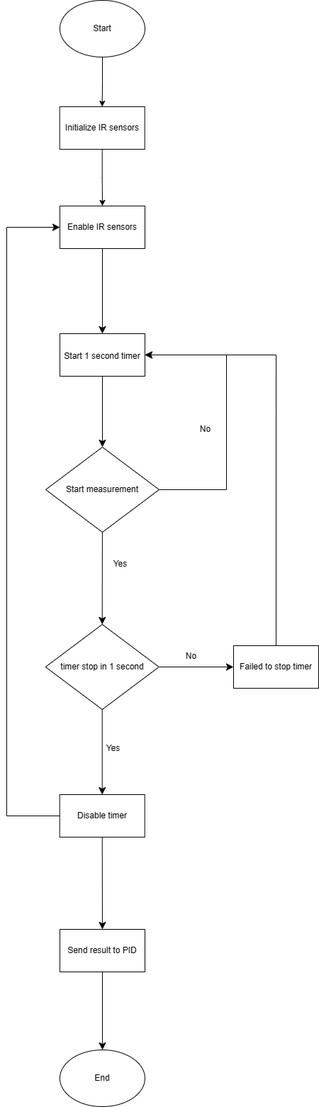
Earlier version of the draw.io export diagrams_and_proposal/flow_charts/ir_sensor.png (ryanchuaks1/INF2004_EmbeddedSystems). Source tidied: cells renumbered, new cells last; positions are measured from the earlier drawing's top-left corner, leaving out a move shared by most shapes.
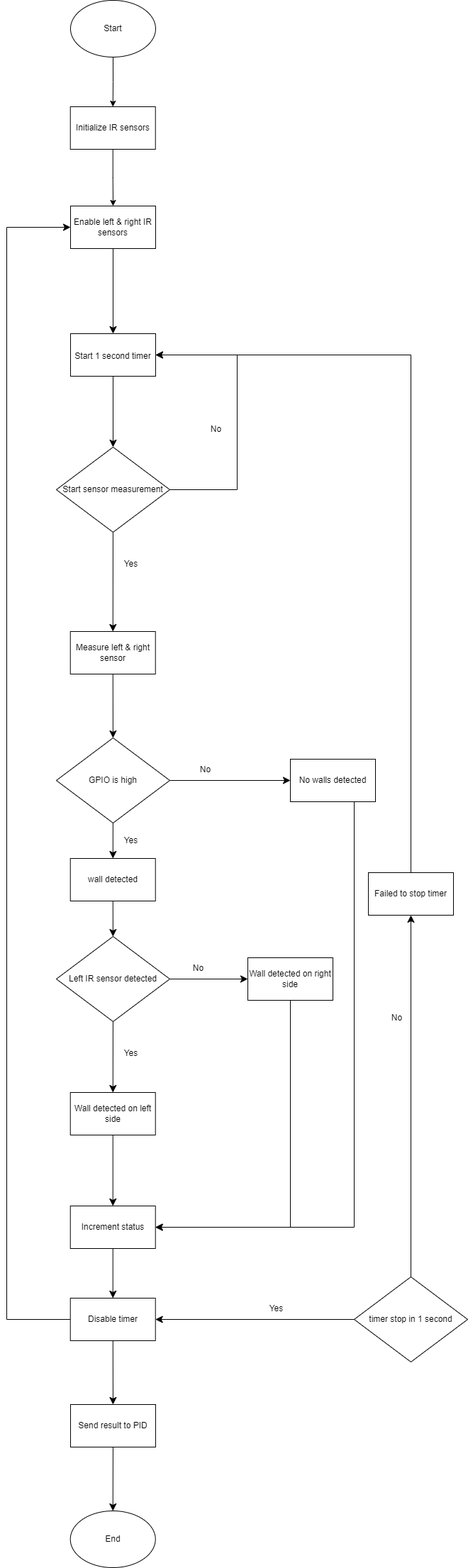
The same file after the commit.

Commit message:
pushed updated ir_sensor flowchart

Diff of the diagram source:
```diff
@@ -11,14 +11,11 @@
     <mxCell id="4" style="edgeStyle=none;curved=1;rounded=0;jettySize=auto;html=1;fontSize=12;startSize=8;endSize=8;" parent="1" edge="1" source="5" target="12">
       <mxGeometry relative="1" as="geometry" />
     </mxCell>
-    <mxCell id="5" value="Enable IR sensors" style="rounded=0;whiteSpace=wrap;html=1;" parent="1" vertex="1">
+    <mxCell id="5" value="Enable left &amp;amp; right IR sensors" style="rounded=0;whiteSpace=wrap;html=1;" parent="1" vertex="1">
       <mxGeometry x="75" y="290" width="120" height="60" as="geometry" />
     </mxCell>
-    <mxCell id="6" value="No" style="text;html=1;align=center;verticalAlign=middle;strokeColor=none;fillColor=none;" parent="1" vertex="1">
-      <mxGeometry x="240" y="910" width="40" height="30" as="geometry" />
-    </mxCell>
     <mxCell id="7" value="End" style="ellipse;whiteSpace=wrap;html=1;" parent="1" vertex="1">
-      <mxGeometry x="75" y="1480" width="120" height="80" as="geometry" />
+      <mxGeometry x="74.7" y="2130" width="120" height="80" as="geometry" />
     </mxCell>
     <mxCell id="8" style="edgeStyle=orthogonalEdgeStyle;rounded=0;jettySize=auto;html=1;" parent="1" edge="1" source="9" target="5">
       <mxGeometry relative="1" as="geometry" />
@@ -35,9 +32,6 @@
     <mxCell id="12" value="&lt;font style=&quot;font-size: 12px;&quot;&gt;Start 1 second timer&lt;/font&gt;" style="whiteSpace=wrap;html=1;rounded=0;fontSize=16;" parent="1" vertex="1">
       <mxGeometry x="75" y="470" width="120" height="60" as="geometry" />
     </mxCell>
-    <mxCell id="13" style="edgeStyle=none;curved=1;rounded=0;jettySize=auto;html=1;fontSize=12;startSize=8;endSize=8;entryX=0.5;entryY=0;entryDx=0;entryDy=0;" parent="1" edge="1" source="15" target="18">
-      <mxGeometry relative="1" as="geometry" />
-    </mxCell>
     <mxCell id="14" style="edgeStyle=orthogonalEdgeStyle;rounded=0;jettySize=auto;html=1;entryX=1;entryY=0.5;entryDx=0;entryDy=0;fontSize=12;startSize=8;endSize=8;exitX=1;exitY=0.5;exitDx=0;exitDy=0;" parent="1" edge="1" source="15" target="12">
       <mxGeometry relative="1" as="geometry">
         <Array as="points">
@@ -46,7 +40,10 @@
         </Array>
       </mxGeometry>
     </mxCell>
+    <mxCell id="28" style="edgeStyle=none;curved=1;rounded=0;jettySize=auto;html=1;fontSize=12;startSize=8;endSize=8;" parent="1" edge="1" source="15" target="30">
+      <mxGeometry relative="1" as="geometry" />
+    </mxCell>
-    <mxCell id="15" value="Start measurement" style="rhombus;whiteSpace=wrap;html=1;" parent="1" vertex="1">
+    <mxCell id="15" value="Start sensor measurement" style="rhombus;whiteSpace=wrap;html=1;" parent="1" vertex="1">
       <mxGeometry x="55" y="630" width="160" height="120" as="geometry" />
     </mxCell>
     <mxCell id="16" style="edgeStyle=none;curved=1;rounded=0;jettySize=auto;html=1;fontSize=12;startSize=8;endSize=8;" parent="1" edge="1" source="18" target="21">
@@ -56,7 +53,7 @@
       <mxGeometry relative="1" as="geometry" />
     </mxCell>
     <mxCell id="18" value="timer stop in 1 second" style="rhombus;whiteSpace=wrap;html=1;" parent="1" vertex="1">
-      <mxGeometry x="54.7" y="880" width="160" height="120" as="geometry" />
+      <mxGeometry x="475" y="1800" width="160" height="120" as="geometry" />
     </mxCell>
     <mxCell id="19" style="edgeStyle=none;curved=1;rounded=0;jettySize=auto;html=1;fontSize=12;startSize=8;endSize=8;" parent="1" edge="1" source="21" target="23">
       <mxGeometry relative="1" as="geometry" />
@@ -64,32 +61,109 @@
     <mxCell id="20" style="edgeStyle=orthogonalEdgeStyle;rounded=0;jettySize=auto;html=1;entryX=0;entryY=0.5;entryDx=0;entryDy=0;fontSize=12;startSize=8;endSize=8;exitX=0.016;exitY=0.646;exitDx=0;exitDy=0;exitPerimeter=0;" parent="1" edge="1" source="21" target="5">
       <mxGeometry relative="1" as="geometry">
         <Array as="points">
-          <mxPoint x="77" y="1150" />
-          <mxPoint y="1150" />
-          <mxPoint y="320" />
+          <mxPoint x="77" y="1860" />
+          <mxPoint x="-15" y="1860" />
+          <mxPoint x="-15" y="320" />
         </Array>
       </mxGeometry>
     </mxCell>
     <mxCell id="21" value="Disable timer" style="whiteSpace=wrap;html=1;" parent="1" vertex="1">
-      <mxGeometry x="74.7" y="1120" width="120" height="60" as="geometry" />
+      <mxGeometry x="74.7" y="1830" width="120" height="60" as="geometry" />
     </mxCell>
     <mxCell id="22" style="edgeStyle=none;curved=1;rounded=0;jettySize=auto;html=1;fontSize=12;startSize=8;endSize=8;" parent="1" edge="1" source="23" target="7">
       <mxGeometry relative="1" as="geometry" />
     </mxCell>
     <mxCell id="23" value="Send result to PID" style="whiteSpace=wrap;html=1;" parent="1" vertex="1">
-      <mxGeometry x="75" y="1310" width="120" height="60" as="geometry" />
+      <mxGeometry x="75" y="1980" width="120" height="60" as="geometry" />
     </mxCell>
     <mxCell id="24" value="Yes" style="text;html=1;align=center;verticalAlign=middle;strokeColor=none;fillColor=none;" parent="1" vertex="1">
-      <mxGeometry x="130" y="1040" width="40" height="30" as="geometry" />
+      <mxGeometry x="140" y="1170" width="40" height="30" as="geometry" />
     </mxCell>
     <mxCell id="25" style="edgeStyle=orthogonalEdgeStyle;rounded=0;jettySize=auto;html=1;exitX=0.5;exitY=0;exitDx=0;exitDy=0;entryX=1;entryY=0.5;entryDx=0;entryDy=0;fontSize=12;startSize=8;endSize=8;" parent="1" edge="1" source="26" target="12">
       <mxGeometry relative="1" as="geometry" />
     </mxCell>
     <mxCell id="26" value="Failed to stop timer" style="whiteSpace=wrap;html=1;" parent="1" vertex="1">
-      <mxGeometry x="320" y="910" width="120" height="60" as="geometry" />
+      <mxGeometry x="495" y="1230" width="120" height="60" as="geometry" />
     </mxCell>
     <mxCell id="27" value="No" style="text;html=1;align=center;verticalAlign=middle;strokeColor=none;fillColor=none;" parent="1" vertex="1">
       <mxGeometry x="260" y="590" width="40" height="30" as="geometry" />
     </mxCell>
+    <mxCell id="29" style="edgeStyle=none;curved=1;rounded=0;jettySize=auto;html=1;fontSize=12;startSize=8;endSize=8;" parent="1" edge="1" source="30" target="33">
+      <mxGeometry relative="1" as="geometry" />
+    </mxCell>
+    <mxCell id="30" value="Measure left &amp;amp; right sensor" style="whiteSpace=wrap;html=1;" parent="1" vertex="1">
+      <mxGeometry x="74.7" y="890" width="120" height="60" as="geometry" />
+    </mxCell>
+    <mxCell id="31" style="edgeStyle=none;curved=1;rounded=0;jettySize=auto;html=1;fontSize=12;startSize=8;endSize=8;" parent="1" edge="1" source="33" target="41">
+      <mxGeometry relative="1" as="geometry" />
+    </mxCell>
+    <mxCell id="32" style="edgeStyle=none;curved=1;rounded=0;jettySize=auto;html=1;fontSize=12;startSize=8;endSize=8;" parent="1" edge="1" source="33" target="49">
+      <mxGeometry relative="1" as="geometry" />
+    </mxCell>
+    <mxCell id="33" value="GPIO is high" style="rhombus;whiteSpace=wrap;html=1;" parent="1" vertex="1">
+      <mxGeometry x="55" y="1040" width="160" height="120" as="geometry" />
+    </mxCell>
+    <mxCell id="34" style="edgeStyle=none;curved=1;rounded=0;jettySize=auto;html=1;fontSize=12;startSize=8;endSize=8;" parent="1" edge="1" source="36" target="38">
+      <mxGeometry relative="1" as="geometry" />
+    </mxCell>
+    <mxCell id="35" style="edgeStyle=none;curved=1;rounded=0;jettySize=auto;html=1;fontSize=12;startSize=8;endSize=8;" parent="1" edge="1" source="36" target="47">
+      <mxGeometry relative="1" as="geometry" />
+    </mxCell>
+    <mxCell id="36" value="Left IR sensor detected" style="rhombus;whiteSpace=wrap;html=1;" parent="1" vertex="1">
+      <mxGeometry x="55" y="1320" width="160" height="120" as="geometry" />
+    </mxCell>
+    <mxCell id="37" style="edgeStyle=none;curved=1;rounded=0;jettySize=auto;html=1;fontSize=12;startSize=8;endSize=8;" parent="1" edge="1" source="38" target="44">
+      <mxGeometry relative="1" as="geometry" />
+    </mxCell>
+    <mxCell id="38" value="Wall detected on left side" style="whiteSpace=wrap;html=1;" parent="1" vertex="1">
+      <mxGeometry x="74.7" y="1540" width="120" height="60" as="geometry" />
+    </mxCell>
+    <mxCell id="39" value="Yes" style="text;html=1;align=center;verticalAlign=middle;strokeColor=none;fillColor=none;" parent="1" vertex="1">
+      <mxGeometry x="140" y="1470" width="40" height="30" as="geometry" />
+    </mxCell>
+    <mxCell id="40" style="edgeStyle=orthogonalEdgeStyle;rounded=0;jettySize=auto;html=1;fontSize=12;startSize=8;endSize=8;entryX=1;entryY=0.5;entryDx=0;entryDy=0;exitX=0.75;exitY=1;exitDx=0;exitDy=0;" parent="1" edge="1" source="41" target="44">
+      <mxGeometry relative="1" as="geometry">
+        <Array as="points">
+          <mxPoint x="475" y="1730" />
+        </Array>
+      </mxGeometry>
+    </mxCell>
+    <mxCell id="41" value="No walls detected" style="whiteSpace=wrap;html=1;" parent="1" vertex="1">
+      <mxGeometry x="385" y="1070" width="120" height="60" as="geometry" />
+    </mxCell>
+    <mxCell id="42" value="No" style="text;html=1;align=center;verticalAlign=middle;strokeColor=none;fillColor=none;" parent="1" vertex="1">
+      <mxGeometry x="245" y="1070" width="40" height="30" as="geometry" />
+    </mxCell>
+    <mxCell id="43" style="edgeStyle=none;curved=1;rounded=0;jettySize=auto;html=1;entryX=0.5;entryY=0;entryDx=0;entryDy=0;fontSize=12;startSize=8;endSize=8;" parent="1" edge="1" source="44" target="21">
+      <mxGeometry relative="1" as="geometry" />
+    </mxCell>
+    <mxCell id="44" value="Increment status" style="whiteSpace=wrap;html=1;" parent="1" vertex="1">
+      <mxGeometry x="74.7" y="1700" width="120" height="60" as="geometry" />
+    </mxCell>
+    <mxCell id="45" value="No" style="text;html=1;align=center;verticalAlign=middle;strokeColor=none;fillColor=none;" parent="1" vertex="1">
+      <mxGeometry x="235" y="1350" width="40" height="30" as="geometry" />
+    </mxCell>
+    <mxCell id="46" style="edgeStyle=orthogonalEdgeStyle;rounded=0;jettySize=auto;html=1;entryX=1;entryY=0.5;entryDx=0;entryDy=0;fontSize=12;startSize=8;endSize=8;" parent="1" edge="1" source="47" target="44">
+      <mxGeometry relative="1" as="geometry">
+        <Array as="points">
+          <mxPoint x="385" y="1730" />
+        </Array>
+      </mxGeometry>
+    </mxCell>
+    <mxCell id="47" value="Wall detected on right side" style="whiteSpace=wrap;html=1;" parent="1" vertex="1">
+      <mxGeometry x="325" y="1350" width="120" height="60" as="geometry" />
+    </mxCell>
+    <mxCell id="48" style="edgeStyle=none;curved=1;rounded=0;jettySize=auto;html=1;fontSize=12;startSize=8;endSize=8;" parent="1" edge="1" source="49" target="36">
+      <mxGeometry relative="1" as="geometry" />
+    </mxCell>
+    <mxCell id="49" value="wall detected" style="whiteSpace=wrap;html=1;" parent="1" vertex="1">
+      <mxGeometry x="74.7" y="1210" width="120" height="60" as="geometry" />
+    </mxCell>
+    <mxCell id="50" value="Yes" style="text;html=1;align=center;verticalAlign=middle;strokeColor=none;fillColor=none;" parent="1" vertex="1">
+      <mxGeometry x="345" y="1830" width="40" height="30" as="geometry" />
+    </mxCell>
+    <mxCell id="51" value="No" style="text;html=1;align=center;verticalAlign=middle;strokeColor=none;fillColor=none;" parent="1" vertex="1">
+      <mxGeometry x="515" y="1420" width="40" height="30" as="geometry" />
+    </mxCell>
   </root>
 </mxGraphModel>
```
